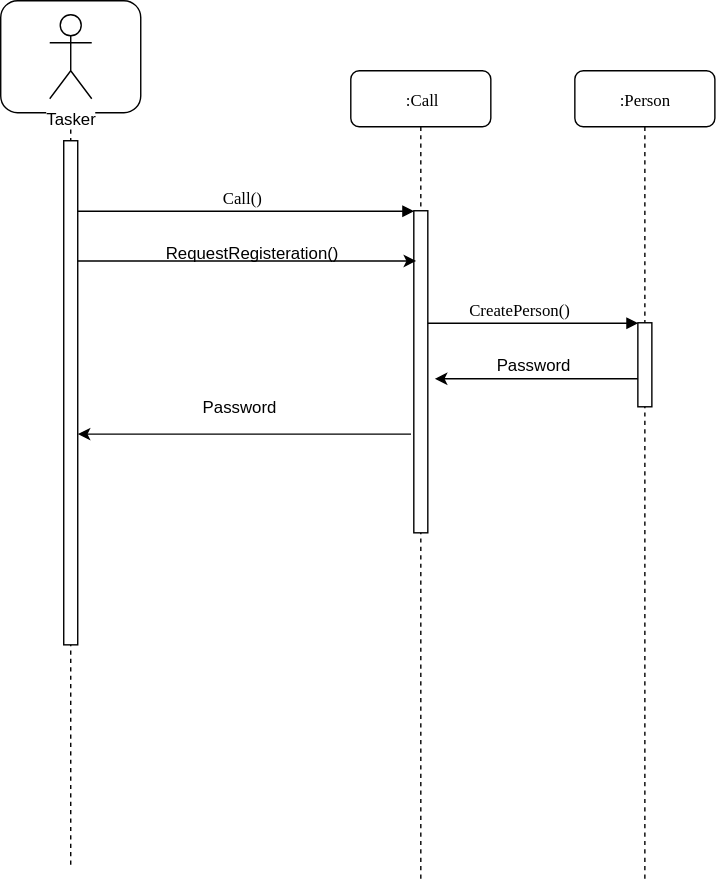
This is planning-and-analysis/functional-modeling/diagrams/sequence-diagram/registration_sequence_diagram.svg from hessamhz/software-engineering-project, a draw.io export, as it was before one commit. Source tidied: cells renumbered, new cells last; positions are measured from the earlier drawing's top-left corner, leaving out a move shared by most shapes. The source it was exported from:
```xml
<mxGraphModel background="#ffffff">
  <root>
    <mxCell id="0" />
    <mxCell id="1" parent="0" />
    <mxCell id="2" value=":Call" style="shape=umlLifeline;perimeter=lifelinePerimeter;whiteSpace=wrap;html=1;rounded=1;shadow=0;comic=0;labelBackgroundColor=none;strokeWidth=1;fontFamily=Verdana;fontSize=12;align=center;" parent="1" vertex="1">
      <mxGeometry x="250" y="50" width="100" height="580" as="geometry" />
    </mxCell>
    <mxCell id="3" style="html=1;points=[];perimeter=orthogonalPerimeter;rounded=0;shadow=0;comic=0;labelBackgroundColor=none;strokeWidth=1;fontFamily=Verdana;fontSize=12;align=center;" parent="2" vertex="1">
      <mxGeometry x="45" y="100" width="10" height="230" as="geometry" />
    </mxCell>
    <mxCell id="4" value=":Person" style="shape=umlLifeline;perimeter=lifelinePerimeter;whiteSpace=wrap;html=1;rounded=1;shadow=0;comic=0;labelBackgroundColor=none;strokeWidth=1;fontFamily=Verdana;fontSize=12;align=center;" parent="1" vertex="1">
      <mxGeometry x="410" y="50" width="100" height="580" as="geometry" />
    </mxCell>
    <mxCell id="5" style="html=1;points=[];perimeter=orthogonalPerimeter;rounded=0;shadow=0;comic=0;labelBackgroundColor=none;strokeWidth=1;fontFamily=Verdana;fontSize=12;align=center;" parent="4" vertex="1">
      <mxGeometry x="45" y="180" width="10" height="60" as="geometry" />
    </mxCell>
    <mxCell id="6" style="shape=umlLifeline;perimeter=lifelinePerimeter;whiteSpace=wrap;html=1;rounded=1;shadow=0;comic=0;labelBackgroundColor=none;strokeWidth=1;fontFamily=Verdana;fontSize=12;align=center;size=80;" parent="1" vertex="1">
      <mxGeometry width="100" height="620" as="geometry" />
    </mxCell>
    <mxCell id="7" style="html=1;points=[];perimeter=orthogonalPerimeter;rounded=0;shadow=0;comic=0;labelBackgroundColor=none;strokeWidth=1;fontFamily=Verdana;fontSize=12;align=center;" parent="6" vertex="1">
      <mxGeometry x="45" y="100" width="10" height="360" as="geometry" />
    </mxCell>
    <mxCell id="8" value="Tasker" style="shape=umlActor;verticalLabelPosition=bottom;labelBackgroundColor=#ffffff;verticalAlign=top;html=1;" parent="6" vertex="1">
      <mxGeometry x="35" y="10" width="30" height="60" as="geometry" />
    </mxCell>
    <mxCell id="9" value="Call()" style="html=1;verticalAlign=bottom;endArrow=block;entryX=0;entryY=0;labelBackgroundColor=none;fontFamily=Verdana;fontSize=12;edgeStyle=elbowEdgeStyle;elbow=vertical;" parent="1" edge="1" source="7" target="3">
      <mxGeometry relative="1" as="geometry" />
    </mxCell>
    <mxCell id="10" value="CreatePerson()" style="html=1;verticalAlign=bottom;endArrow=block;entryX=0;entryY=0;labelBackgroundColor=none;fontFamily=Verdana;fontSize=12;edgeStyle=elbowEdgeStyle;elbow=vertical;" parent="1" edge="1" target="5">
      <mxGeometry relative="1" as="geometry">
        <mxPoint x="305" y="230.3" as="sourcePoint" />
      </mxGeometry>
    </mxCell>
    <mxCell id="11" style="endArrow=classic;html=1;" parent="1" edge="1" target="7">
      <mxGeometry relative="1" as="geometry">
        <mxPoint x="293" y="309.5" as="sourcePoint" />
      </mxGeometry>
    </mxCell>
    <mxCell id="12" style="endArrow=classic;html=1;" parent="1" edge="1">
      <mxGeometry relative="1" as="geometry">
        <mxPoint x="455" y="270" as="sourcePoint" />
        <mxPoint x="310" y="270" as="targetPoint" />
        <Array as="points">
          <mxPoint x="380" y="270" />
        </Array>
      </mxGeometry>
    </mxCell>
    <mxCell id="13" value="Password" style="text;html=1;strokeColor=none;fillColor=none;align=center;verticalAlign=middle;whiteSpace=wrap;rounded=0;" parent="1" vertex="1">
      <mxGeometry x="360" y="250" width="40" height="20" as="geometry" />
    </mxCell>
    <mxCell id="14" value="Password" style="text;html=1;strokeColor=none;fillColor=none;align=center;verticalAlign=middle;whiteSpace=wrap;rounded=0;" parent="1" vertex="1">
      <mxGeometry x="150" y="280" width="40" height="20" as="geometry" />
    </mxCell>
    <mxCell id="15" style="endArrow=classic;html=1;entryX=0.167;entryY=0.156;entryDx=0;entryDy=0;entryPerimeter=0;" parent="1" edge="1" source="7" target="3">
      <mxGeometry relative="1" as="geometry" />
    </mxCell>
    <mxCell id="16" value="RequestRegisteration()" style="text;html=1;strokeColor=none;fillColor=none;align=center;verticalAlign=middle;whiteSpace=wrap;rounded=0;" parent="1" vertex="1">
      <mxGeometry x="160" y="170" width="40" height="20" as="geometry" />
    </mxCell>
  </root>
</mxGraphModel>
```
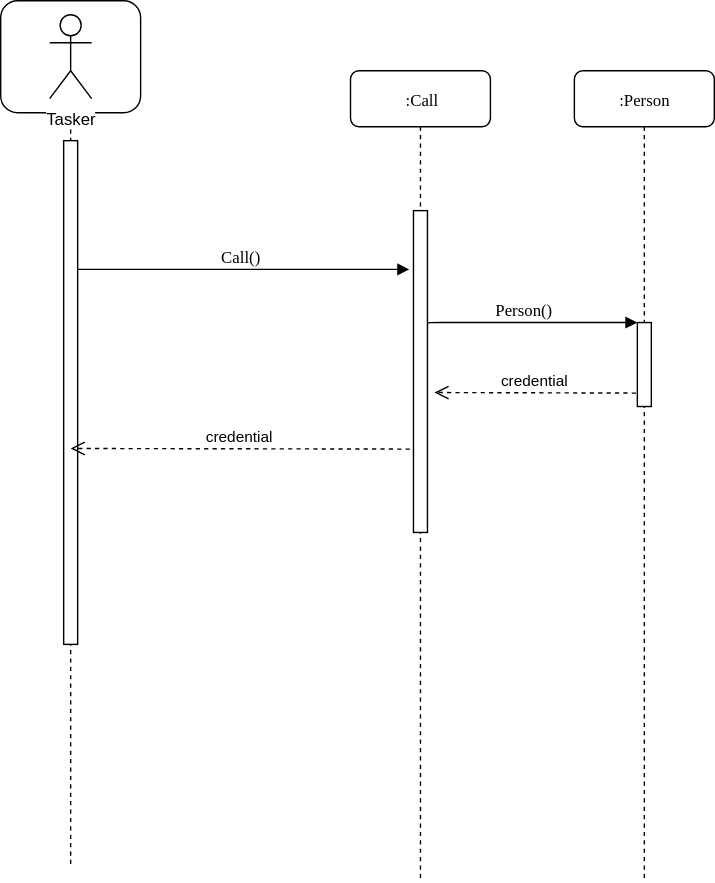
After the commit.

Diff of the diagram source:
```diff
@@ -23,39 +23,23 @@
     <mxCell id="8" value="Tasker" style="shape=umlActor;verticalLabelPosition=bottom;labelBackgroundColor=#ffffff;verticalAlign=top;html=1;" parent="6" vertex="1">
       <mxGeometry x="35" y="10" width="30" height="60" as="geometry" />
     </mxCell>
-    <mxCell id="9" value="Call()" style="html=1;verticalAlign=bottom;endArrow=block;entryX=0;entryY=0;labelBackgroundColor=none;fontFamily=Verdana;fontSize=12;edgeStyle=elbowEdgeStyle;elbow=vertical;" parent="1" edge="1" source="7" target="3">
+    <mxCell id="9" value="Call()" style="html=1;verticalAlign=bottom;endArrow=block;entryX=-0.26;entryY=0.181;labelBackgroundColor=none;fontFamily=Verdana;fontSize=12;edgeStyle=elbowEdgeStyle;elbow=vertical;entryDx=0;entryDy=0;entryPerimeter=0;" parent="1" edge="1" source="7" target="3">
       <mxGeometry relative="1" as="geometry" />
     </mxCell>
-    <mxCell id="10" value="CreatePerson()" style="html=1;verticalAlign=bottom;endArrow=block;entryX=0;entryY=0;labelBackgroundColor=none;fontFamily=Verdana;fontSize=12;edgeStyle=elbowEdgeStyle;elbow=vertical;" parent="1" edge="1" target="5">
+    <mxCell id="10" value="Person()" style="html=1;verticalAlign=bottom;endArrow=block;entryX=0;entryY=0;labelBackgroundColor=none;fontFamily=Verdana;fontSize=12;edgeStyle=elbowEdgeStyle;elbow=vertical;" parent="1" edge="1" target="5">
       <mxGeometry relative="1" as="geometry">
         <mxPoint x="305" y="230.3" as="sourcePoint" />
       </mxGeometry>
     </mxCell>
-    <mxCell id="11" style="endArrow=classic;html=1;" parent="1" edge="1" target="7">
-      <mxGeometry relative="1" as="geometry">
-        <mxPoint x="293" y="309.5" as="sourcePoint" />
-      </mxGeometry>
-    </mxCell>
-    <mxCell id="12" style="endArrow=classic;html=1;" parent="1" edge="1">
-      <mxGeometry relative="1" as="geometry">
-        <mxPoint x="455" y="270" as="sourcePoint" />
-        <mxPoint x="310" y="270" as="targetPoint" />
-        <Array as="points">
-          <mxPoint x="380" y="270" />
-        </Array>
-      </mxGeometry>
-    </mxCell>
-    <mxCell id="13" value="Password" style="text;html=1;strokeColor=none;fillColor=none;align=center;verticalAlign=middle;whiteSpace=wrap;rounded=0;" parent="1" vertex="1">
-      <mxGeometry x="360" y="250" width="40" height="20" as="geometry" />
-    </mxCell>
-    <mxCell id="14" value="Password" style="text;html=1;strokeColor=none;fillColor=none;align=center;verticalAlign=middle;whiteSpace=wrap;rounded=0;" parent="1" vertex="1">
-      <mxGeometry x="150" y="280" width="40" height="20" as="geometry" />
-    </mxCell>
-    <mxCell id="15" style="endArrow=classic;html=1;entryX=0.167;entryY=0.156;entryDx=0;entryDy=0;entryPerimeter=0;" parent="1" edge="1" source="7" target="3">
-      <mxGeometry relative="1" as="geometry" />
-    </mxCell>
-    <mxCell id="16" value="RequestRegisteration()" style="text;html=1;strokeColor=none;fillColor=none;align=center;verticalAlign=middle;whiteSpace=wrap;rounded=0;" parent="1" vertex="1">
-      <mxGeometry x="160" y="170" width="40" height="20" as="geometry" />
-    </mxCell>
+    <mxCell id="17" value="credential" style="html=1;verticalAlign=bottom;endArrow=open;dashed=1;endSize=8;exitX=-0.1;exitY=0.84;exitDx=0;exitDy=0;exitPerimeter=0;" parent="1" edge="1" source="5">
+      <mxGeometry relative="1" as="geometry">
+        <mxPoint x="310" y="280" as="targetPoint" />
+      </mxGeometry>
+    </mxCell>
+    <mxCell id="18" value="credential" style="html=1;verticalAlign=bottom;endArrow=open;dashed=1;endSize=8;exitX=-0.26;exitY=0.741;exitDx=0;exitDy=0;exitPerimeter=0;" parent="1" edge="1" source="3">
+      <mxGeometry relative="1" as="geometry">
+        <mxPoint x="50" y="320" as="targetPoint" />
+      </mxGeometry>
+    </mxCell>
   </root>
 </mxGraphModel>
```
